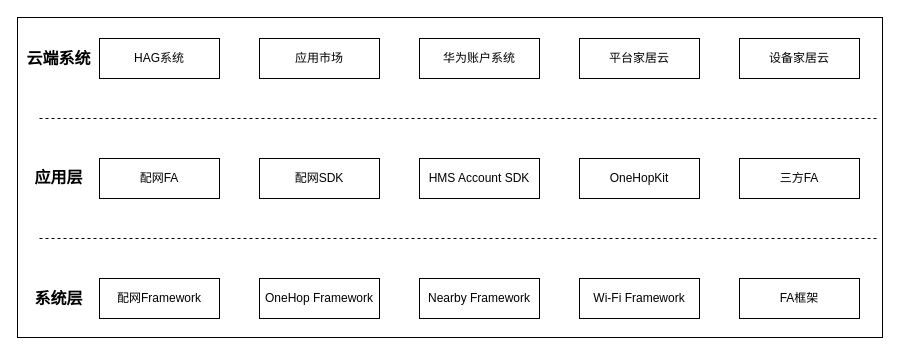
befairyliu/draw.io keeps this draw.io diagram as draw/智能家居配网场景系统架构图.drawio. Above is the earlier version. Source tidied: cells renumbered, new cells numbered last; positions are measured from the earlier drawing's top-left corner, leaving out a move shared by most shapes. Both pictures are drawn from the tidied source at 100%, with x=0, y=0 at pixel (17, 17).
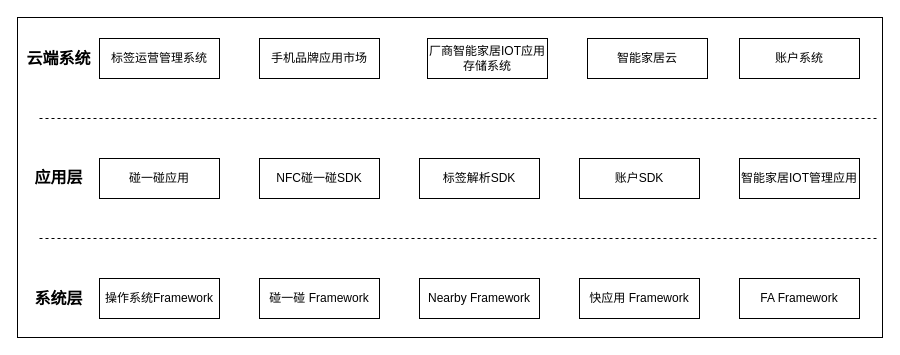
After the change.

Commit message:
Update 智能家居配网场景系统架构图.drawio

What changed in the source:
```diff
@@
-    <mxCell id="3" value="平台家居云" style="rounded=0;whiteSpace=wrap;html=1;" parent="1" vertex="1">
-      <mxGeometry x="562" y="21" width="120" height="40" as="geometry" />
+    <mxCell id="3" value="厂商智能家居IOT应用存储系统" style="rounded=0;whiteSpace=wrap;html=1;" parent="1" vertex="1">
+      <mxGeometry x="410" y="21" width="120" height="40" as="geometry" />
     </mxCell>
-    <mxCell id="4" value="设备家居云" style="rounded=0;whiteSpace=wrap;html=1;" parent="1" vertex="1">
+    <mxCell id="4" value="账户系统" style="rounded=0;whiteSpace=wrap;html=1;" parent="1" vertex="1">
       <mxGeometry x="722" y="21" width="120" height="40" as="geometry" />
     </mxCell>
-    <mxCell id="5" value="配网FA" style="rounded=0;whiteSpace=wrap;html=1;" parent="1" vertex="1">
+    <mxCell id="5" value="碰一碰应用" style="rounded=0;whiteSpace=wrap;html=1;" parent="1" vertex="1">
       <mxGeometry x="82" y="141" width="120" height="40" as="geometry" />
     </mxCell>
-    <mxCell id="6" value="配网SDK" style="rounded=0;whiteSpace=wrap;html=1;" parent="1" vertex="1">
+    <mxCell id="6" value="NFC碰一碰SDK" style="rounded=0;whiteSpace=wrap;html=1;" parent="1" vertex="1">
       <mxGeometry x="242" y="141" width="120" height="40" as="geometry" />
     </mxCell>
-    <mxCell id="7" value="OneHopKit" style="rounded=0;whiteSpace=wrap;html=1;" parent="1" vertex="1">
+    <mxCell id="7" value="账户SDK" style="rounded=0;whiteSpace=wrap;html=1;" parent="1" vertex="1">
       <mxGeometry x="562" y="141" width="120" height="40" as="geometry" />
     </mxCell>
-    <mxCell id="8" value="HAG系统" style="rounded=0;whiteSpace=wrap;html=1;" parent="1" vertex="1">
+    <mxCell id="8" value="标签运营管理系统" style="rounded=0;whiteSpace=wrap;html=1;" parent="1" vertex="1">
       <mxGeometry x="82" y="21" width="120" height="40" as="geometry" />
     </mxCell>
-    <mxCell id="9" value="应用市场" style="rounded=0;whiteSpace=wrap;html=1;" parent="1" vertex="1">
+    <mxCell id="9" value="手机品牌应用市场" style="rounded=0;whiteSpace=wrap;html=1;" parent="1" vertex="1">
       <mxGeometry x="242" y="21" width="120" height="40" as="geometry" />
     </mxCell>
-    <mxCell id="10" value="华为账户系统" style="rounded=0;whiteSpace=wrap;html=1;" parent="1" vertex="1">
-      <mxGeometry x="402" y="21" width="120" height="40" as="geometry" />
-    </mxCell>
-    <mxCell id="11" value="HMS Account SDK" style="rounded=0;whiteSpace=wrap;html=1;" parent="1" vertex="1">
+    <mxCell id="11" value="标签解析SDK" style="rounded=0;whiteSpace=wrap;html=1;" parent="1" vertex="1">
       <mxGeometry x="402" y="141" width="120" height="40" as="geometry" />
     </mxCell>
-    <mxCell id="12" value="三方FA" style="rounded=0;whiteSpace=wrap;html=1;" parent="1" vertex="1">
+    <mxCell id="12" value="智能家居IOT管理应用" style="rounded=0;whiteSpace=wrap;html=1;" parent="1" vertex="1">
       <mxGeometry x="722" y="141" width="120" height="40" as="geometry" />
     </mxCell>
-    <mxCell id="13" value="配网Framework" style="rounded=0;whiteSpace=wrap;html=1;" parent="1" vertex="1">
+    <mxCell id="13" value="操作系统Framework" style="rounded=0;whiteSpace=wrap;html=1;" parent="1" vertex="1">
       <mxGeometry x="82" y="261" width="120" height="40" as="geometry" />
     </mxCell>
-    <mxCell id="14" value="OneHop Framework" style="rounded=0;whiteSpace=wrap;html=1;" parent="1" vertex="1">
+    <mxCell id="14" value="碰一碰 Framework" style="rounded=0;whiteSpace=wrap;html=1;" parent="1" vertex="1">
       <mxGeometry x="242" y="261" width="120" height="40" as="geometry" />
     </mxCell>
-    <mxCell id="15" value="Wi-Fi Framework" style="rounded=0;whiteSpace=wrap;html=1;" parent="1" vertex="1">
+    <mxCell id="15" value="快应用 Framework" style="rounded=0;whiteSpace=wrap;html=1;" parent="1" vertex="1">
       <mxGeometry x="562" y="261" width="120" height="40" as="geometry" />
     </mxCell>
@@
-    <mxCell id="17" value="FA框架" style="rounded=0;whiteSpace=wrap;html=1;" parent="1" vertex="1">
+    <mxCell id="17" value="FA Framework" style="rounded=0;whiteSpace=wrap;html=1;" parent="1" vertex="1">
       <mxGeometry x="722" y="261" width="120" height="40" as="geometry" />
     </mxCell>
@@
+    <mxCell id="23" value="智能家居云" style="rounded=0;whiteSpace=wrap;html=1;" parent="1" vertex="1">
+      <mxGeometry x="570" y="21" width="120" height="40" as="geometry" />
+    </mxCell>
```
